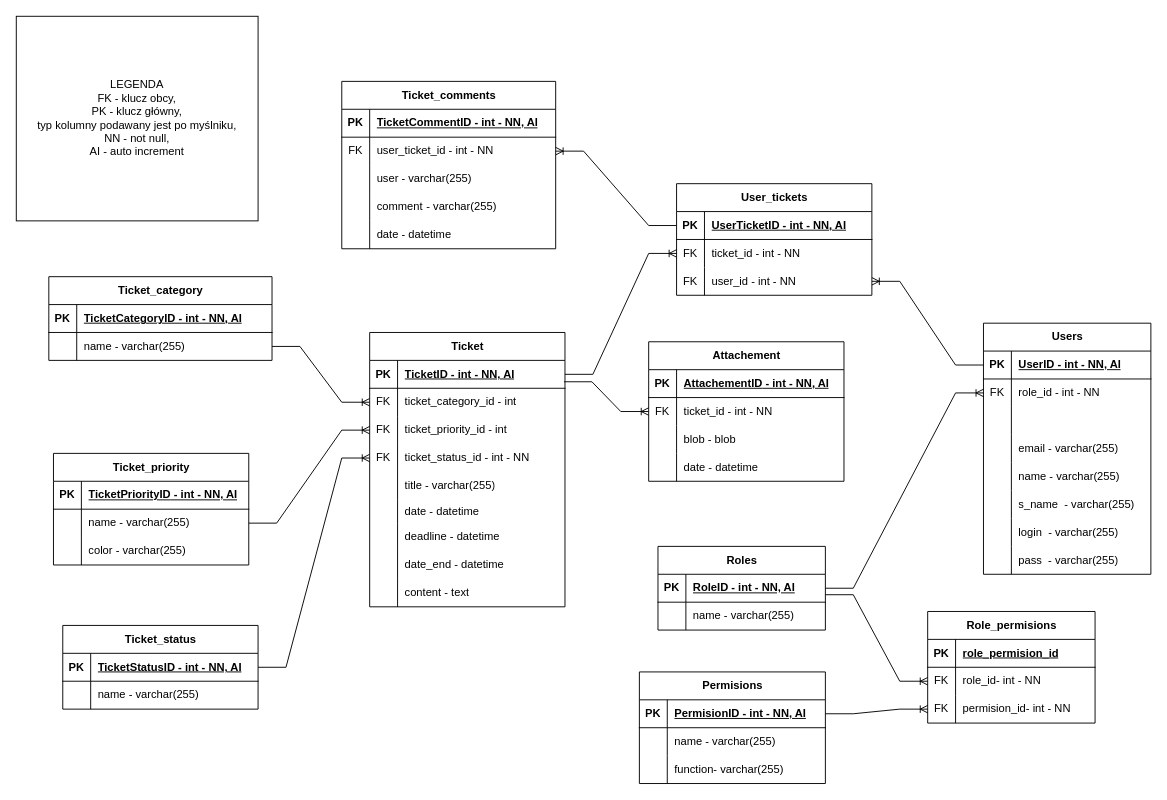
This is erd.drawio from RaiseCreed/jira-clone, a draw.io file, before an edit. Source tidied: cells renumbered, new cells numbered last; positions are measured from the earlier drawing's top-left corner, leaving out a move shared by most shapes. Both pictures are drawn from the tidied source at 93%, with x=0, y=0 at pixel (16, 16).
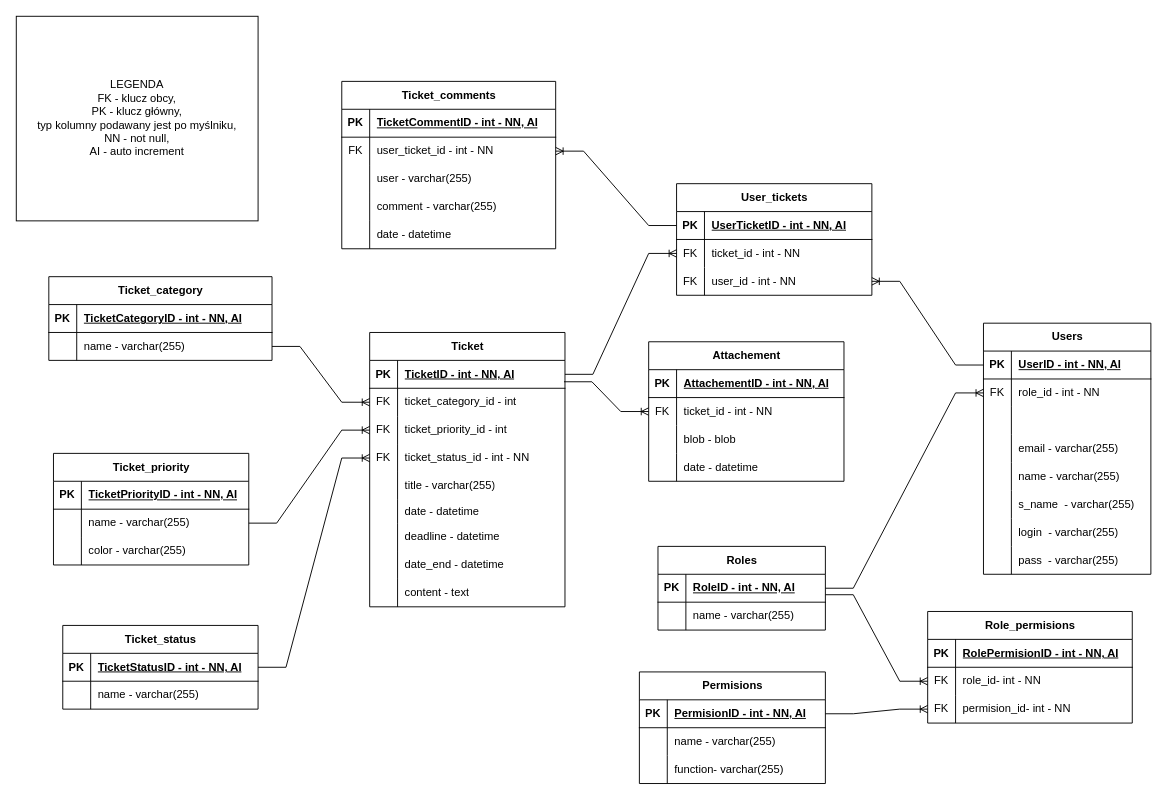
The same page after the edit.

Change to the diagram source:
```diff
@@
     <mxCell id="142" value="Role_permisions" style="shape=table;startSize=30;childLayout=tableLayout;rowLines=0;fontStyle=1;align=center;html=1;" parent="1" vertex="1">
-      <mxGeometry x="980" y="640" width="180" height="120" as="geometry" />
+      <mxGeometry x="980" y="640" width="220" height="120" as="geometry" />
     </mxCell>
     <mxCell id="143" style="shape=tableRow;horizontal=0;startSize=0;swimlaneHead=0;swimlaneBody=0;fillColor=none;top=0;left=0;right=0;bottom=1;" parent="142" vertex="1">
-      <mxGeometry y="30" width="180" height="30" as="geometry" />
+      <mxGeometry y="30" width="220" height="30" as="geometry" />
     </mxCell>
@@
-    <mxCell id="145" value="role_permision_id" style="shape=partialRectangle;fillColor=none;top=0;left=0;bottom=0;right=0;align=left;spacingLeft=6;fontStyle=5;overflow=hidden;whiteSpace=wrap;html=1;" parent="143" vertex="1">
-      <mxGeometry x="30" width="150" height="30" as="geometry" />
+    <mxCell id="145" value="RolePermisionID - int - NN, AI" style="shape=partialRectangle;fillColor=none;top=0;left=0;bottom=0;right=0;align=left;spacingLeft=6;fontStyle=5;overflow=hidden;whiteSpace=wrap;html=1;" parent="143" vertex="1">
+      <mxGeometry x="30" width="190" height="30" as="geometry" />
     </mxCell>
     <mxCell id="146" style="shape=tableRow;horizontal=0;startSize=0;swimlaneHead=0;swimlaneBody=0;fillColor=none;points=[[0,0.5],[1,0.5]];portConstraint=eastwest;top=0;left=0;right=0;bottom=0;" parent="142" vertex="1">
-      <mxGeometry y="60" width="180" height="30" as="geometry" />
+      <mxGeometry y="60" width="220" height="30" as="geometry" />
     </mxCell>
@@
     <mxCell id="148" value="role_id- int - NN" style="shape=partialRectangle;fillColor=none;top=0;left=0;bottom=0;right=0;align=left;spacingLeft=6;overflow=hidden;whiteSpace=wrap;html=1;" parent="146" vertex="1">
-      <mxGeometry x="30" width="150" height="30" as="geometry" />
+      <mxGeometry x="30" width="190" height="30" as="geometry" />
     </mxCell>
     <mxCell id="149" style="shape=tableRow;horizontal=0;startSize=0;swimlaneHead=0;swimlaneBody=0;fillColor=none;points=[[0,0.5],[1,0.5]];portConstraint=eastwest;top=0;left=0;right=0;bottom=0;" parent="142" vertex="1">
-      <mxGeometry y="90" width="180" height="30" as="geometry" />
+      <mxGeometry y="90" width="220" height="30" as="geometry" />
     </mxCell>
@@
     <mxCell id="151" value="permision_id- int - NN" style="shape=partialRectangle;fillColor=none;top=0;left=0;bottom=0;right=0;align=left;spacingLeft=6;overflow=hidden;whiteSpace=wrap;html=1;" parent="149" vertex="1">
-      <mxGeometry x="30" width="150" height="30" as="geometry" />
+      <mxGeometry x="30" width="190" height="30" as="geometry" />
     </mxCell>
```
